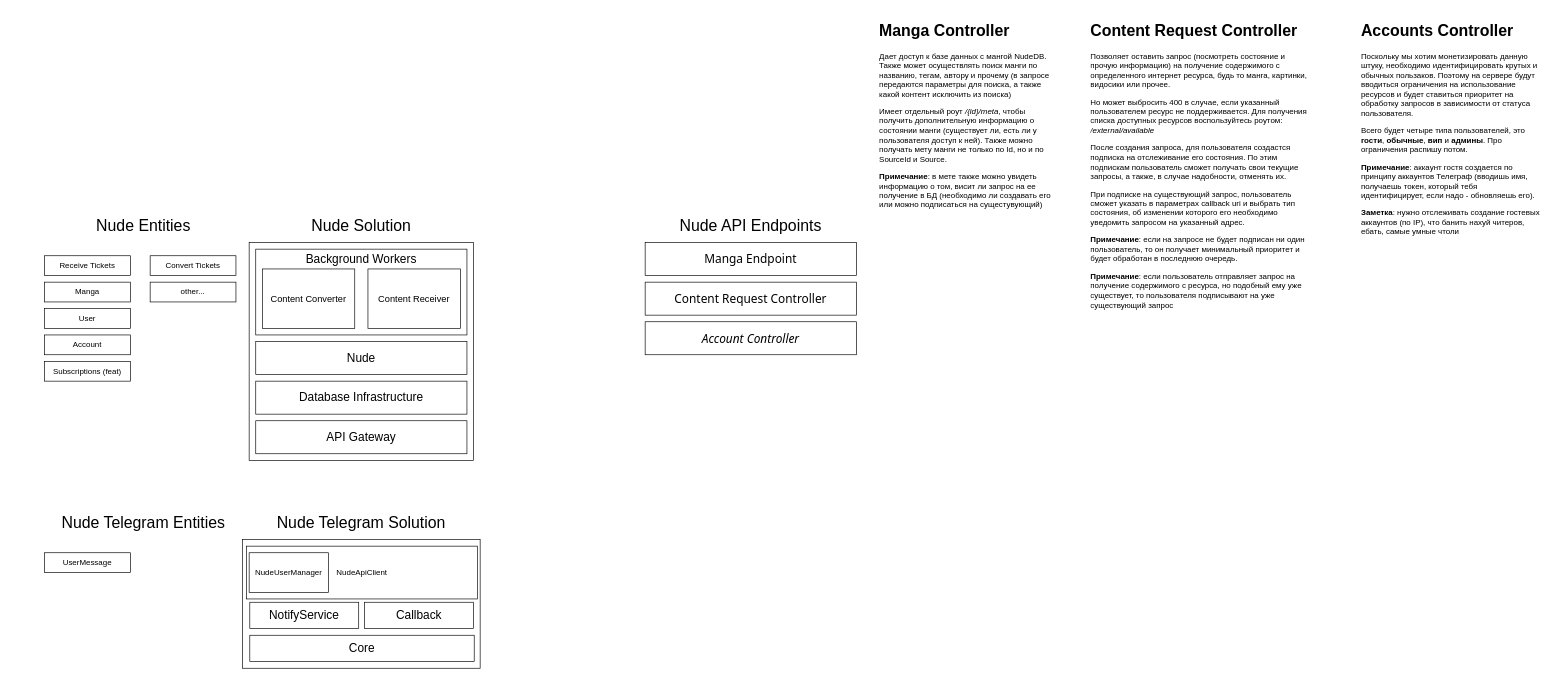
Earlier version of the draw.io diagram etc/In General Diagram.drawio (Sparrow1488/Nude). Source tidied: cells renumbered, new cells numbered last; positions are measured from the earlier drawing's top-left corner, leaving out a move shared by most shapes. Both pictures are drawn from the tidied source at 66%, with x=0, y=0 at pixel (44, 18).
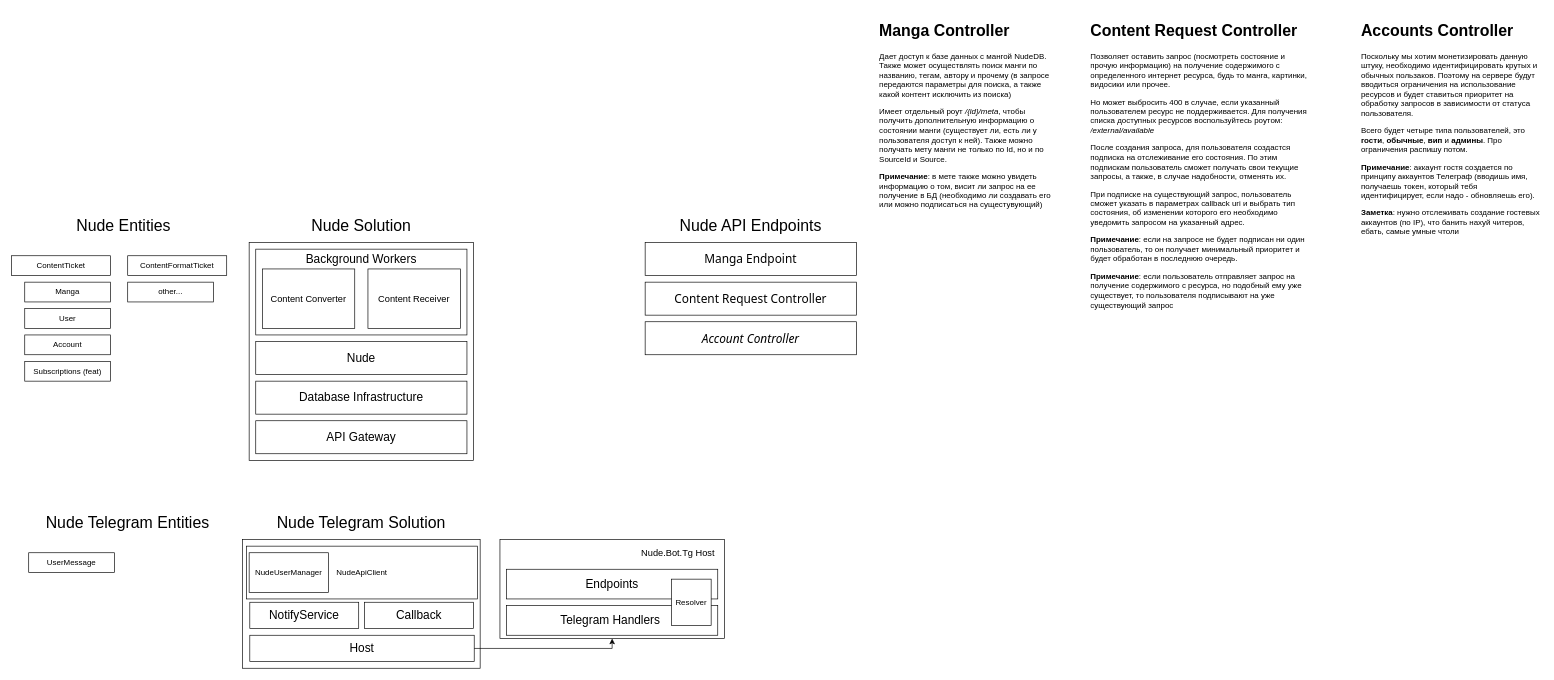
Above is the later version.

The edit, as a diff of the source:
```diff
@@
-    <mxCell id="12" value="&lt;font style=&quot;font-size: 18px;&quot;&gt;Core&lt;/font&gt;" style="rounded=0;whiteSpace=wrap;html=1;" parent="1" vertex="1">
+    <mxCell id="12" value="&lt;font style=&quot;font-size: 18px;&quot;&gt;Host&lt;/font&gt;" style="rounded=0;whiteSpace=wrap;html=1;" parent="1" vertex="1">
       <mxGeometry x="311" y="935" width="340" height="40" as="geometry" />
     </mxCell>
@@
-    <mxCell id="18" value="Receive Tickets" style="rounded=0;whiteSpace=wrap;html=1;" parent="1" vertex="1">
-      <mxGeometry y="360" width="130" height="30" as="geometry" />
+    <mxCell id="18" value="ContentTicket" style="rounded=0;whiteSpace=wrap;html=1;" parent="1" vertex="1">
+      <mxGeometry x="-50" y="360" width="150" height="30" as="geometry" />
     </mxCell>
-    <mxCell id="19" value="Convert Tickets" style="rounded=0;whiteSpace=wrap;html=1;" parent="1" vertex="1">
-      <mxGeometry x="160" y="360" width="130" height="30" as="geometry" />
-    </mxCell>
     <mxCell id="20" value="&lt;font style=&quot;font-size: 24px;&quot;&gt;Nude Entities&lt;/font&gt;" style="text;html=1;strokeColor=none;fillColor=none;align=center;verticalAlign=middle;whiteSpace=wrap;rounded=0;" parent="1" vertex="1">
-      <mxGeometry x="60" y="300" width="180" height="30" as="geometry" />
+      <mxGeometry x="30" y="300" width="180" height="30" as="geometry" />
     </mxCell>
     <mxCell id="21" value="Manga" style="rounded=0;whiteSpace=wrap;html=1;" parent="1" vertex="1">
-      <mxGeometry y="400" width="130" height="30" as="geometry" />
+      <mxGeometry x="-30" y="400" width="130" height="30" as="geometry" />
     </mxCell>
     <mxCell id="22" value="other..." style="rounded=0;whiteSpace=wrap;html=1;" parent="1" vertex="1">
-      <mxGeometry x="160" y="400" width="130" height="30" as="geometry" />
+      <mxGeometry x="126" y="400" width="130" height="30" as="geometry" />
     </mxCell>
     <mxCell id="23" value="&lt;font style=&quot;font-size: 24px;&quot;&gt;Nude Telegram Entities&lt;/font&gt;" style="text;html=1;strokeColor=none;fillColor=none;align=center;verticalAlign=middle;whiteSpace=wrap;rounded=0;" parent="1" vertex="1">
-      <mxGeometry x="12" y="750" width="276" height="30" as="geometry" />
+      <mxGeometry x="-12" y="750" width="276" height="30" as="geometry" />
     </mxCell>
     <mxCell id="24" value="UserMessage" style="rounded=0;whiteSpace=wrap;html=1;" parent="1" vertex="1">
-      <mxGeometry y="810" width="130" height="30" as="geometry" />
+      <mxGeometry x="-24" y="810" width="130" height="30" as="geometry" />
     </mxCell>
     <mxCell id="25" value="User" style="rounded=0;whiteSpace=wrap;html=1;" parent="1" vertex="1">
-      <mxGeometry y="440" width="130" height="30" as="geometry" />
+      <mxGeometry x="-30" y="440" width="130" height="30" as="geometry" />
     </mxCell>
     <mxCell id="26" value="Account" style="rounded=0;whiteSpace=wrap;html=1;" parent="1" vertex="1">
-      <mxGeometry y="480" width="130" height="30" as="geometry" />
+      <mxGeometry x="-30" y="480" width="130" height="30" as="geometry" />
     </mxCell>
     <mxCell id="27" value="Subscriptions (feat)" style="rounded=0;whiteSpace=wrap;html=1;" parent="1" vertex="1">
-      <mxGeometry y="520" width="130" height="30" as="geometry" />
+      <mxGeometry x="-30" y="520" width="130" height="30" as="geometry" />
     </mxCell>
@@
+    <mxCell id="35" value="ContentFormatTicket" style="rounded=0;whiteSpace=wrap;html=1;" parent="1" vertex="1">
+      <mxGeometry x="126" y="360" width="150" height="30" as="geometry" />
+    </mxCell>
+    <mxCell id="36" style="rounded=0;whiteSpace=wrap;html=1;" parent="1" vertex="1">
+      <mxGeometry x="690" y="790" width="340" height="150" as="geometry" />
+    </mxCell>
+    <mxCell id="37" value="&lt;font style=&quot;font-size: 14px;&quot;&gt;Nude.Bot.Tg Host&lt;/font&gt;" style="text;html=1;strokeColor=none;fillColor=none;align=center;verticalAlign=middle;whiteSpace=wrap;rounded=0;" parent="1" vertex="1">
+      <mxGeometry x="900" y="795" width="120" height="30" as="geometry" />
+    </mxCell>
+    <mxCell id="38" value="&lt;font style=&quot;font-size: 18px;&quot;&gt;Telegram Handlers&amp;nbsp;&lt;/font&gt;" style="rounded=0;whiteSpace=wrap;html=1;" parent="1" vertex="1">
+      <mxGeometry x="700" y="890" width="320" height="45" as="geometry" />
+    </mxCell>
+    <mxCell id="39" value="&lt;font style=&quot;font-size: 18px;&quot;&gt;Endpoints&lt;/font&gt;" style="rounded=0;whiteSpace=wrap;html=1;" parent="1" vertex="1">
+      <mxGeometry x="700" y="835" width="320" height="45" as="geometry" />
+    </mxCell>
+    <mxCell id="40" value="Resolver" style="rounded=0;whiteSpace=wrap;html=1;" parent="1" vertex="1">
+      <mxGeometry x="950" y="850" width="60" height="70" as="geometry" />
+    </mxCell>
+    <mxCell id="41" style="endArrow=classic;html=1;rounded=0;exitX=1;exitY=0.5;exitDx=0;exitDy=0;entryX=0.5;entryY=1;entryDx=0;entryDy=0;" parent="1" edge="1" source="12" target="36">
+      <mxGeometry relative="1" as="geometry">
+        <Array as="points">
+          <mxPoint x="860" y="955" />
+        </Array>
+      </mxGeometry>
+    </mxCell>
```
